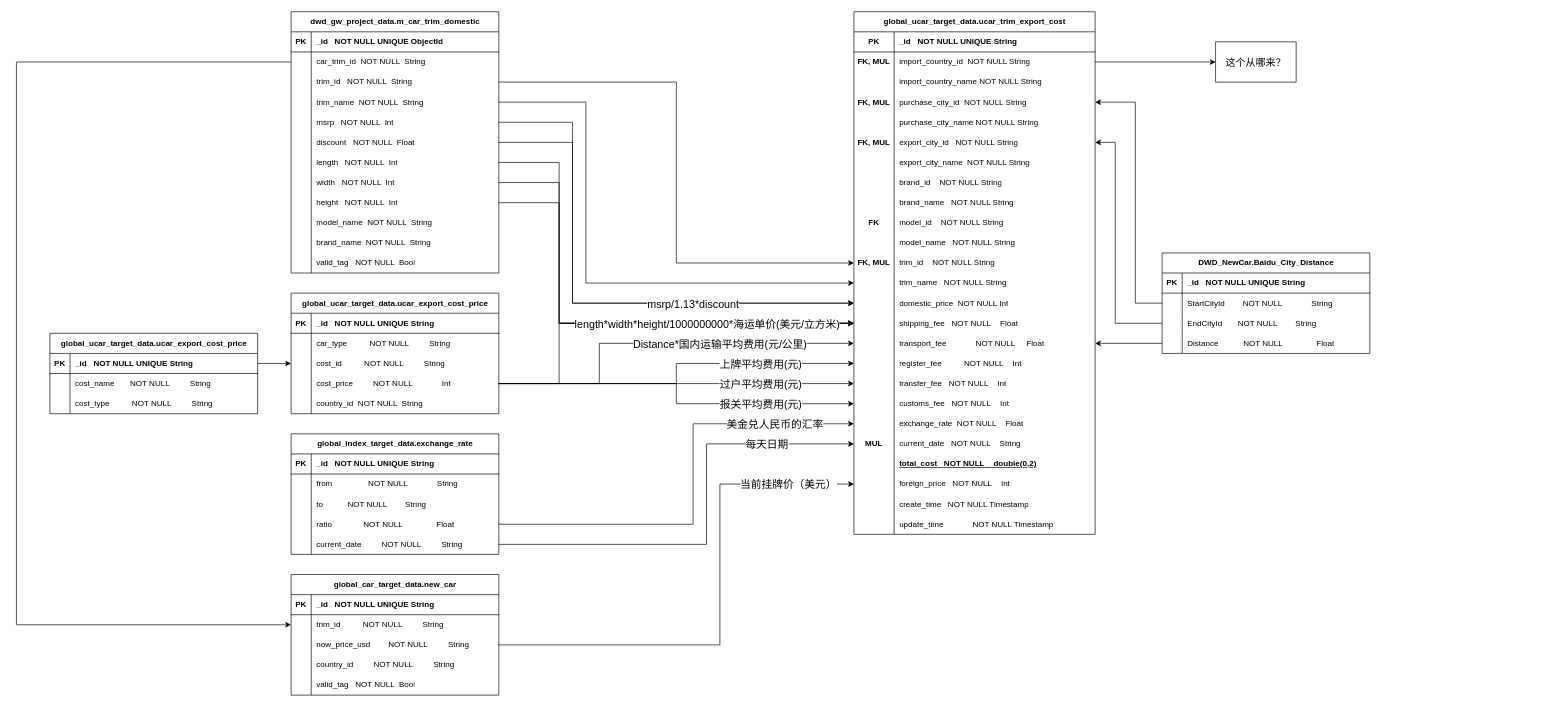
This is 广物利润计算流程.drawio from wangzijia122/drawio_repository, a draw.io file, before an edit. Source tidied: cells renumbered, new cells numbered last; positions are measured from the earlier drawing's top-left corner, leaving out a move shared by most shapes. Both pictures are drawn from the tidied source at 67%, with x=0, y=0 at pixel (16, 11).
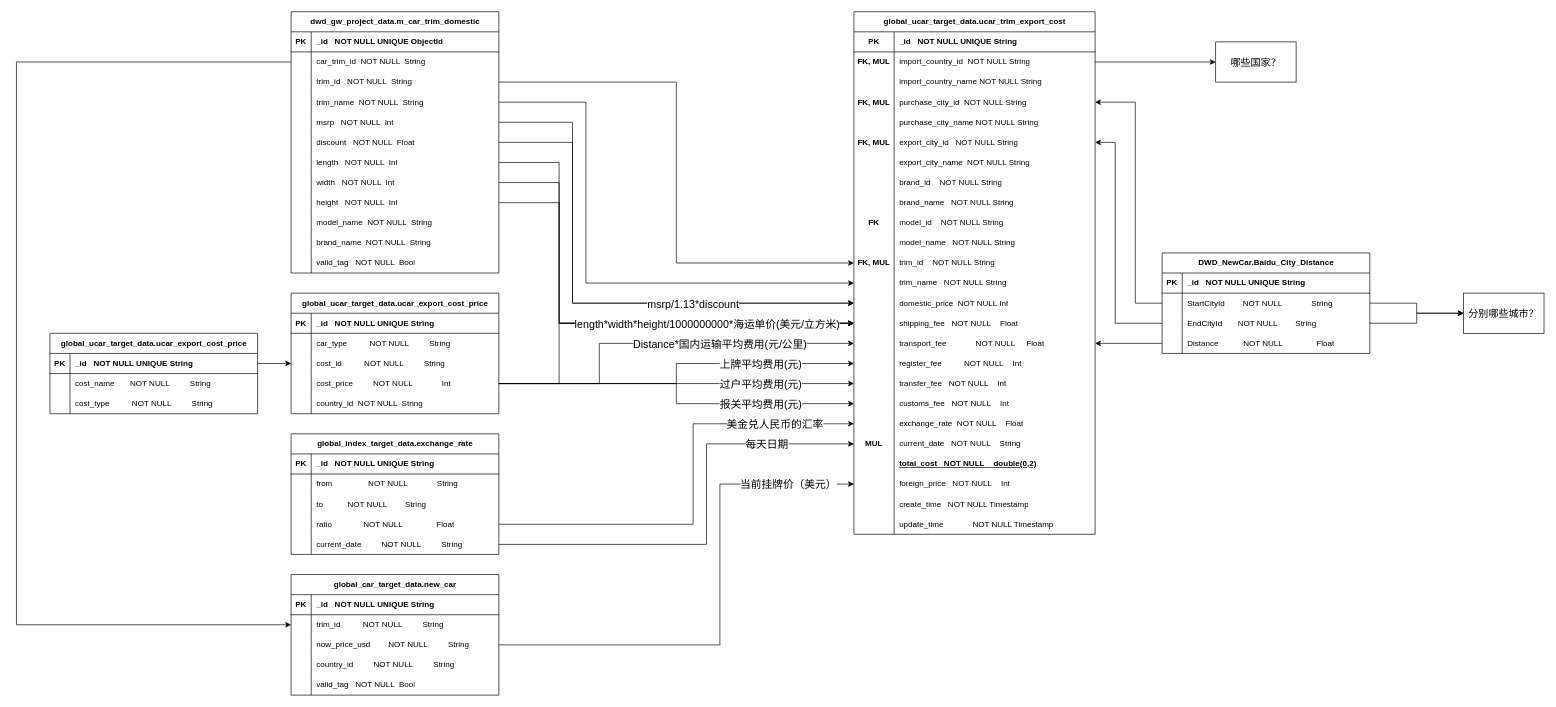
The same diagram, later.

Commit message (it also covers changes not shown here):
更新广物利润计算流程.drawio

Unchanged cells that the change refers to:
```xml
<mxCell id="200" style="shape=tableRow;horizontal=0;startSize=0;swimlaneHead=0;swimlaneBody=0;fillColor=none;points=[[0,0.5],[1,0.5]];portConstraint=eastwest;top=0;left=0;right=0;bottom=0;" parent="196" vertex="1">
  <mxGeometry y="60" width="310" height="30" as="geometry" />
</mxCell>
<mxCell id="203" style="shape=tableRow;horizontal=0;startSize=0;swimlaneHead=0;swimlaneBody=0;fillColor=none;points=[[0,0.5],[1,0.5]];portConstraint=eastwest;top=0;left=0;right=0;bottom=0;" parent="196" vertex="1">
  <mxGeometry y="90" width="310" height="30" as="geometry" />
</mxCell>
```

Diff of the diagram source:
```diff
@@
-    <mxCell id="216" value="这个从哪来？" style="rounded=0;whiteSpace=wrap;html=1;fontSize=15;" parent="1" vertex="1">
+    <mxCell id="216" value="哪些国家？" style="rounded=0;whiteSpace=wrap;html=1;fontSize=15;" parent="1" vertex="1">
       <mxGeometry x="1790" y="45" width="120" height="60" as="geometry" />
     </mxCell>
+    <mxCell id="217" value="分别哪些城市？" style="rounded=0;whiteSpace=wrap;html=1;fontSize=15;" parent="1" vertex="1">
+      <mxGeometry x="2160" y="420" width="120" height="60" as="geometry" />
+    </mxCell>
+    <mxCell id="218" style="edgeStyle=orthogonalEdgeStyle;rounded=0;jettySize=auto;html=1;exitX=1;exitY=0.5;exitDx=0;exitDy=0;entryX=0;entryY=0.5;entryDx=0;entryDy=0;" parent="1" edge="1" source="200" target="217">
+      <mxGeometry relative="1" as="geometry" />
+    </mxCell>
+    <mxCell id="219" style="edgeStyle=orthogonalEdgeStyle;rounded=0;jettySize=auto;html=1;exitX=1;exitY=0.5;exitDx=0;exitDy=0;entryX=0;entryY=0.5;entryDx=0;entryDy=0;" parent="1" edge="1" source="203" target="217">
+      <mxGeometry relative="1" as="geometry" />
+    </mxCell>
```
